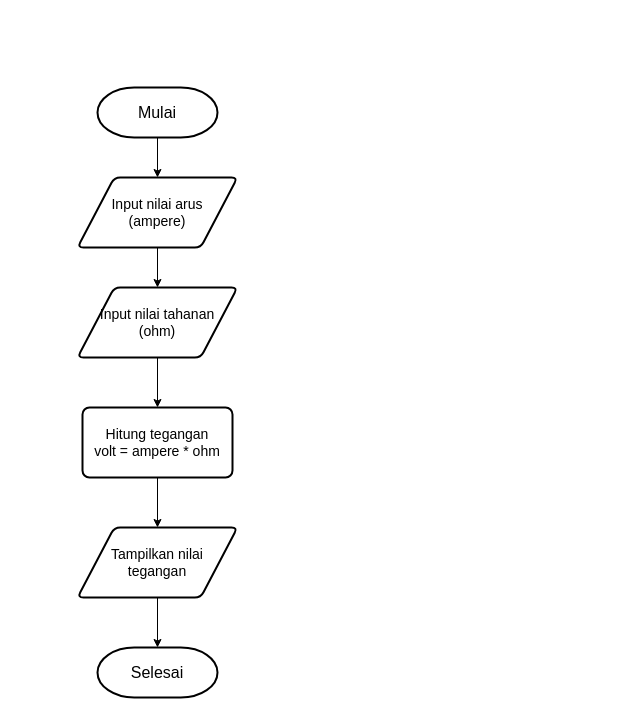
Above: tugas-001/meghitung_tegangan.drawio in HarisHerdiansyah/tugas-alprog (draw.io), before the change. Source tidied: cells renumbered, new cells numbered last; positions are measured from the earlier drawing's top-left corner, leaving out a move shared by most shapes. Both pictures are drawn from the tidied source at 100%, with x=0, y=0 at pixel (77, 87).
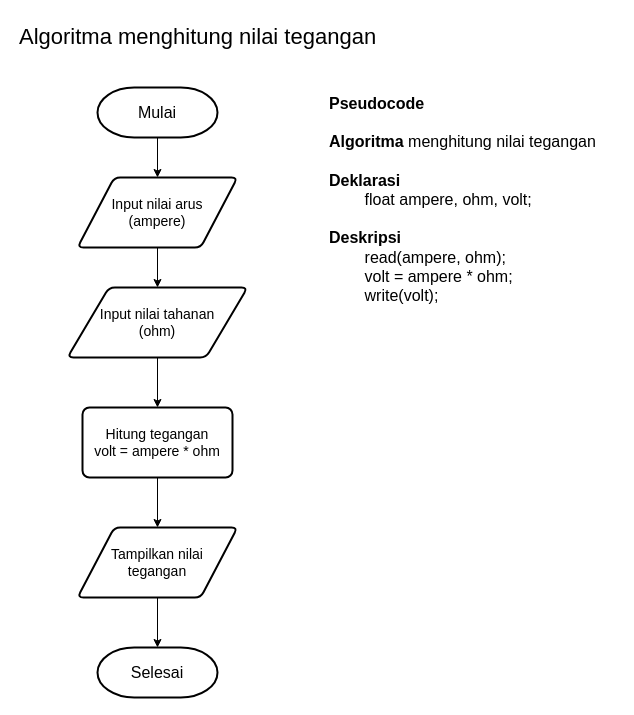
The same page after the edit.

Change to the diagram source:
```diff
@@
 <mxGraphModel>
   <root>
     <mxCell id="0" />
     <mxCell id="1" parent="0" />
     <mxCell id="2" style="edgeStyle=orthogonalEdgeStyle;rounded=0;jettySize=auto;html=1;" parent="1" edge="1" source="3" target="5">
       <mxGeometry relative="1" as="geometry" />
     </mxCell>
     <mxCell id="3" value="&lt;font style=&quot;font-size: 16px;&quot;&gt;Mulai&lt;/font&gt;" style="strokeWidth=2;html=1;shape=mxgraph.flowchart.terminator;whiteSpace=wrap;" parent="1" vertex="1">
       <mxGeometry x="20" width="120" height="50" as="geometry" />
     </mxCell>
     <mxCell id="4" style="edgeStyle=orthogonalEdgeStyle;rounded=0;jettySize=auto;html=1;" parent="1" edge="1" source="5" target="7">
       <mxGeometry relative="1" as="geometry" />
     </mxCell>
     <mxCell id="5" value="&lt;font style=&quot;font-size: 14px;&quot;&gt;Input nilai arus&lt;/font&gt;&lt;div style=&quot;font-size: 14px;&quot;&gt;&lt;font style=&quot;font-size: 14px;&quot;&gt;(ampere)&lt;/font&gt;&lt;/div&gt;" style="shape=parallelogram;html=1;strokeWidth=2;perimeter=parallelogramPerimeter;whiteSpace=wrap;rounded=1;arcSize=12;size=0.23;" parent="1" vertex="1">
       <mxGeometry y="90" width="160" height="70" as="geometry" />
     </mxCell>
     <mxCell id="6" style="edgeStyle=orthogonalEdgeStyle;rounded=0;jettySize=auto;html=1;" parent="1" edge="1" source="7" target="9">
       <mxGeometry relative="1" as="geometry" />
     </mxCell>
     <mxCell id="7" value="&lt;font style=&quot;font-size: 14px;&quot;&gt;Input nilai tahanan&lt;/font&gt;&lt;div style=&quot;font-size: 14px;&quot;&gt;&lt;font style=&quot;font-size: 14px;&quot;&gt;(ohm)&lt;/font&gt;&lt;/div&gt;" style="shape=parallelogram;html=1;strokeWidth=2;perimeter=parallelogramPerimeter;whiteSpace=wrap;rounded=1;arcSize=12;size=0.23;" parent="1" vertex="1">
-      <mxGeometry y="200" width="160" height="70" as="geometry" />
+      <mxGeometry x="-10" y="200" width="180" height="70" as="geometry" />
     </mxCell>
     <mxCell id="8" style="edgeStyle=orthogonalEdgeStyle;rounded=0;jettySize=auto;html=1;" parent="1" edge="1" source="9" target="11">
       <mxGeometry relative="1" as="geometry" />
     </mxCell>
     <mxCell id="9" value="&lt;font style=&quot;font-size: 14px;&quot;&gt;Hitung tegangan&lt;/font&gt;&lt;div style=&quot;font-size: 14px;&quot;&gt;&lt;font style=&quot;font-size: 14px;&quot;&gt;volt = ampere * ohm&lt;/font&gt;&lt;/div&gt;" style="rounded=1;whiteSpace=wrap;html=1;absoluteArcSize=1;arcSize=14;strokeWidth=2;" parent="1" vertex="1">
       <mxGeometry x="5" y="320" width="150" height="70" as="geometry" />
     </mxCell>
     <mxCell id="10" style="edgeStyle=orthogonalEdgeStyle;rounded=0;jettySize=auto;html=1;" parent="1" edge="1" source="11" target="12">
       <mxGeometry relative="1" as="geometry" />
     </mxCell>
     <mxCell id="11" value="&lt;span style=&quot;font-size: 14px;&quot;&gt;Tampilkan nilai&lt;/span&gt;&lt;div&gt;&lt;span style=&quot;font-size: 14px;&quot;&gt;tegangan&lt;/span&gt;&lt;/div&gt;" style="shape=parallelogram;html=1;strokeWidth=2;perimeter=parallelogramPerimeter;whiteSpace=wrap;rounded=1;arcSize=12;size=0.23;" parent="1" vertex="1">
       <mxGeometry y="440" width="160" height="70" as="geometry" />
     </mxCell>
     <mxCell id="12" value="&lt;span style=&quot;font-size: 16px;&quot;&gt;Selesai&lt;/span&gt;" style="strokeWidth=2;html=1;shape=mxgraph.flowchart.terminator;whiteSpace=wrap;" parent="1" vertex="1">
       <mxGeometry x="20" y="560" width="120" height="50" as="geometry" />
     </mxCell>
+    <mxCell id="13" value="&lt;font style=&quot;font-size: 22px;&quot;&gt;Algoritma menghitung nilai tegangan&lt;/font&gt;" style="text;html=1;align=left;verticalAlign=middle;strokeColor=none;fillColor=none;" parent="1" vertex="1">
+      <mxGeometry x="-60" y="-70" width="380" height="40" as="geometry" />
+    </mxCell>
+    <mxCell id="14" value="&lt;font style=&quot;font-size: 16px;&quot;&gt;&lt;b&gt;Pseudocode&lt;/b&gt;&lt;/font&gt;&lt;div style=&quot;font-size: 16px;&quot;&gt;&lt;font style=&quot;font-size: 16px;&quot;&gt;&lt;br&gt;&lt;/font&gt;&lt;/div&gt;&lt;div style=&quot;font-size: 16px;&quot;&gt;&lt;font style=&quot;font-size: 16px;&quot;&gt;&lt;b&gt;Algoritma&lt;/b&gt; menghitung nilai tegangan&lt;/font&gt;&lt;/div&gt;&lt;div style=&quot;font-size: 16px;&quot;&gt;&lt;font style=&quot;font-size: 16px;&quot;&gt;&lt;br&gt;&lt;/font&gt;&lt;/div&gt;&lt;div style=&quot;font-size: 16px;&quot;&gt;&lt;font style=&quot;font-size: 16px;&quot;&gt;&lt;b&gt;Deklarasi&lt;/b&gt;&lt;/font&gt;&lt;/div&gt;&lt;div style=&quot;font-size: 16px;&quot;&gt;&lt;font style=&quot;font-size: 16px;&quot;&gt;&lt;span style=&quot;white-space: pre;&quot;&gt;&#9;&lt;/span&gt;float ampere, ohm, volt;&lt;br&gt;&lt;/font&gt;&lt;/div&gt;&lt;div style=&quot;font-size: 16px;&quot;&gt;&lt;font style=&quot;font-size: 16px;&quot;&gt;&lt;br&gt;&lt;/font&gt;&lt;/div&gt;&lt;div style=&quot;font-size: 16px;&quot;&gt;&lt;font style=&quot;font-size: 16px;&quot;&gt;&lt;b&gt;Deskripsi&lt;/b&gt;&lt;/font&gt;&lt;/div&gt;&lt;div style=&quot;font-size: 16px;&quot;&gt;&lt;font style=&quot;font-size: 16px;&quot;&gt;&lt;span style=&quot;white-space: pre;&quot;&gt;&#9;&lt;/span&gt;read(ampere, ohm);&lt;br&gt;&lt;/font&gt;&lt;/div&gt;&lt;div style=&quot;font-size: 16px;&quot;&gt;&lt;font style=&quot;font-size: 16px;&quot;&gt;&lt;span style=&quot;white-space: pre;&quot;&gt;&#9;&lt;/span&gt;volt = ampere * ohm;&lt;br&gt;&lt;/font&gt;&lt;/div&gt;&lt;div style=&quot;font-size: 16px;&quot;&gt;&lt;font style=&quot;font-size: 16px;&quot;&gt;&lt;span style=&quot;white-space: pre;&quot;&gt;&#9;&lt;/span&gt;write(volt);&lt;/font&gt;&lt;br&gt;&lt;/div&gt;" style="text;html=1;align=left;verticalAlign=top;strokeColor=none;fillColor=none;" parent="1" vertex="1">
+      <mxGeometry x="250" width="290" height="220" as="geometry" />
+    </mxCell>
   </root>
 </mxGraphModel>
```
